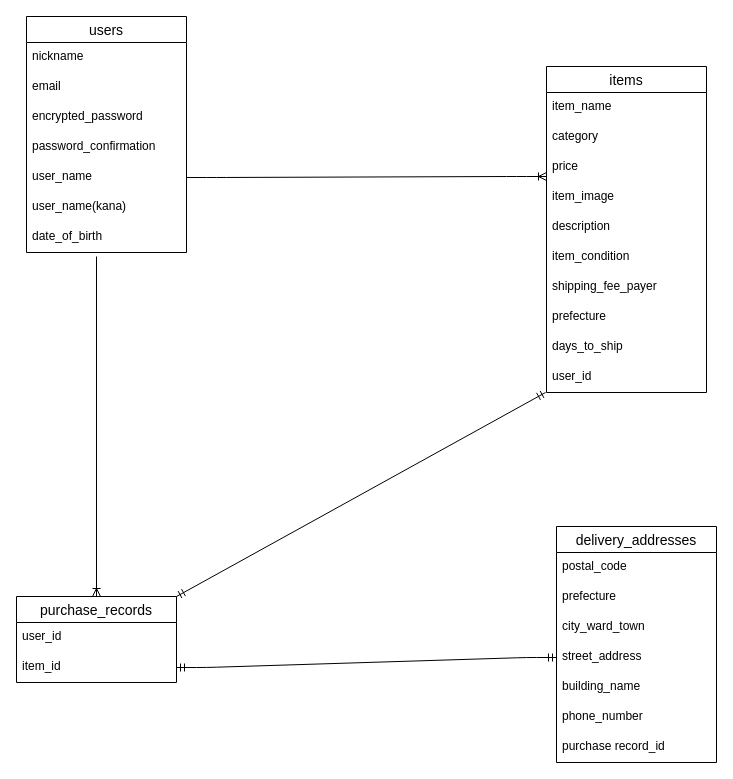
Before: furima.dio in 11517k/furima-40518, a draw.io diagram. Source tidied: cells renumbered, new cells numbered last; positions are measured from the earlier drawing's top-left corner, leaving out a move shared by most shapes. Both pictures are drawn from the tidied source at 100%, with x=0, y=0 at pixel (16, 16).
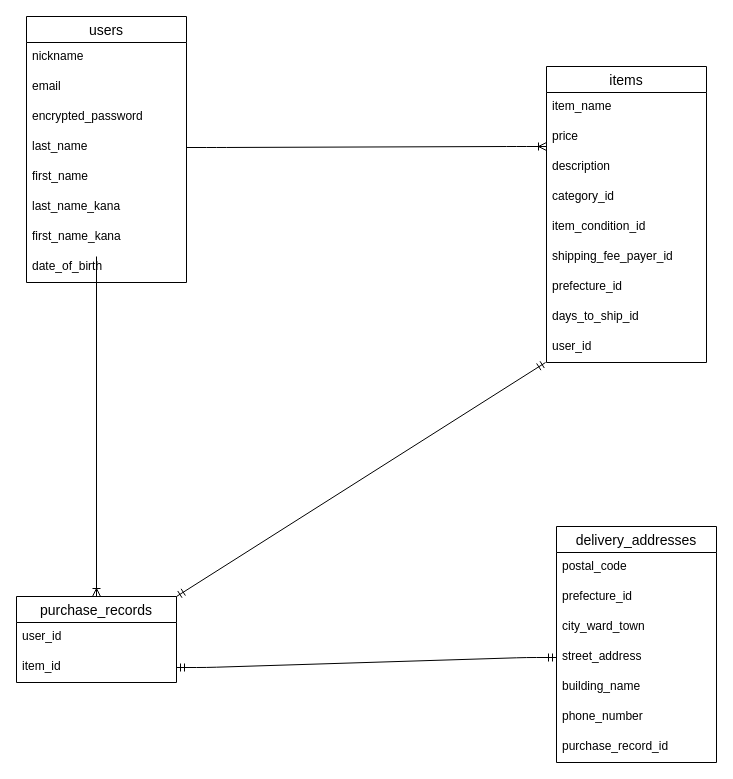
The same page after the edit.

Commit message (it also covers changes not shown here):
修正箇所の修正2

The change refers to these unchanged cells:
```xml
<mxCell id="21" value="delivery_addresses" style="swimlane;fontStyle=0;horizontal=1;startSize=26;align=center;fontSize=14;" parent="1" vertex="1">
  <mxGeometry x="540" y="510" width="160" height="236" as="geometry" />
</mxCell>
```

What changed in the source:
```diff
@@
     <mxCell id="2" value="users" style="swimlane;fontStyle=0;horizontal=1;startSize=26;align=center;fontSize=14;" parent="1" vertex="1">
-      <mxGeometry x="10" width="160" height="236" as="geometry" />
+      <mxGeometry x="10" width="160" height="266" as="geometry" />
     </mxCell>
@@
-    <mxCell id="6" value="password_confirmation" style="text;strokeColor=none;fillColor=none;spacingLeft=4;spacingRight=4;overflow=hidden;fontSize=12;" parent="2" vertex="1">
-      <mxGeometry y="116" width="160" height="30" as="geometry" />
-    </mxCell>
-    <mxCell id="7" value="user_name" style="text;strokeColor=none;fillColor=none;spacingLeft=4;spacingRight=4;overflow=hidden;points=[[0,0.5],[1,0.5]];portConstraint=eastwest;fontSize=12;" parent="2" vertex="1">
-      <mxGeometry y="146" width="160" height="30" as="geometry" />
+    <mxCell id="7" value="last_name" style="text;strokeColor=none;fillColor=none;spacingLeft=4;spacingRight=4;overflow=hidden;points=[[0,0.5],[1,0.5]];portConstraint=eastwest;fontSize=12;" parent="2" vertex="1">
+      <mxGeometry y="116" width="160" height="30" as="geometry" />
     </mxCell>
-    <mxCell id="8" value="user_name(kana)" style="text;strokeColor=none;fillColor=none;spacingLeft=4;spacingRight=4;overflow=hidden;fontSize=12;" parent="2" vertex="1">
-      <mxGeometry y="176" width="160" height="30" as="geometry" />
+    <mxCell id="8" value="first_name" style="text;strokeColor=none;fillColor=none;spacingLeft=4;spacingRight=4;overflow=hidden;fontSize=12;" parent="2" vertex="1">
+      <mxGeometry y="146" width="160" height="30" as="geometry" />
     </mxCell>
+    <mxCell id="36" value="last_name_kana" style="text;strokeColor=none;fillColor=none;spacingLeft=4;spacingRight=4;overflow=hidden;fontSize=12;" parent="2" vertex="1">
+      <mxGeometry y="176" width="160" height="30" as="geometry" />
+    </mxCell>
+    <mxCell id="37" value="first_name_kana" style="text;strokeColor=none;fillColor=none;spacingLeft=4;spacingRight=4;overflow=hidden;fontSize=12;" parent="2" vertex="1">
+      <mxGeometry y="206" width="160" height="30" as="geometry" />
+    </mxCell>
     <mxCell id="9" value="date_of_birth" style="text;strokeColor=none;fillColor=none;spacingLeft=4;spacingRight=4;overflow=hidden;fontSize=12;" parent="2" vertex="1">
-      <mxGeometry y="206" width="160" height="30" as="geometry" />
+      <mxGeometry y="236" width="160" height="30" as="geometry" />
     </mxCell>
     <mxCell id="10" value="items" style="swimlane;fontStyle=0;horizontal=1;startSize=26;align=center;fontSize=14;" parent="1" vertex="1">
-      <mxGeometry x="530" y="50" width="160" height="326" as="geometry" />
+      <mxGeometry x="530" y="50" width="160" height="296" as="geometry" />
     </mxCell>
@@
+    <mxCell id="13" value="price" style="text;strokeColor=none;fillColor=none;spacingLeft=4;spacingRight=4;overflow=hidden;points=[[0,0.5],[1,0.5]];portConstraint=eastwest;fontSize=12;" parent="10" vertex="1">
+      <mxGeometry y="56" width="160" height="30" as="geometry" />
+    </mxCell>
+    <mxCell id="15" value="description" style="text;strokeColor=none;fillColor=none;spacingLeft=4;spacingRight=4;overflow=hidden;fontSize=12;" parent="10" vertex="1">
+      <mxGeometry y="86" width="160" height="30" as="geometry" />
+    </mxCell>
-    <mxCell id="12" value="category" style="text;strokeColor=none;fillColor=none;spacingLeft=4;spacingRight=4;overflow=hidden;fontSize=12;" parent="10" vertex="1">
-      <mxGeometry y="56" width="160" height="30" as="geometry" />
+    <mxCell id="12" value="category_id" style="text;strokeColor=none;fillColor=none;spacingLeft=4;spacingRight=4;overflow=hidden;fontSize=12;" parent="10" vertex="1">
+      <mxGeometry y="116" width="160" height="30" as="geometry" />
     </mxCell>
-    <mxCell id="13" value="price" style="text;strokeColor=none;fillColor=none;spacingLeft=4;spacingRight=4;overflow=hidden;points=[[0,0.5],[1,0.5]];portConstraint=eastwest;fontSize=12;" parent="10" vertex="1">
-      <mxGeometry y="86" width="160" height="30" as="geometry" />
-    </mxCell>
-    <mxCell id="14" value="item_image" style="text;strokeColor=none;fillColor=none;spacingLeft=4;spacingRight=4;overflow=hidden;fontSize=12;" parent="10" vertex="1">
-      <mxGeometry y="116" width="160" height="30" as="geometry" />
-    </mxCell>
-    <mxCell id="15" value="description" style="text;strokeColor=none;fillColor=none;spacingLeft=4;spacingRight=4;overflow=hidden;fontSize=12;" parent="10" vertex="1">
-      <mxGeometry y="146" width="160" height="30" as="geometry" />
-    </mxCell>
-    <mxCell id="16" value="item_condition" style="text;strokeColor=none;fillColor=none;spacingLeft=4;spacingRight=4;overflow=hidden;fontSize=12;" parent="10" vertex="1">
-      <mxGeometry y="176" width="160" height="30" as="geometry" />
+    <mxCell id="16" value="item_condition_id" style="text;strokeColor=none;fillColor=none;spacingLeft=4;spacingRight=4;overflow=hidden;fontSize=12;" parent="10" vertex="1">
+      <mxGeometry y="146" width="160" height="30" as="geometry" />
     </mxCell>
-    <mxCell id="17" value="shipping_fee_payer" style="text;strokeColor=none;fillColor=none;spacingLeft=4;spacingRight=4;overflow=hidden;fontSize=12;" parent="10" vertex="1">
-      <mxGeometry y="206" width="160" height="30" as="geometry" />
+    <mxCell id="17" value="shipping_fee_payer_id" style="text;strokeColor=none;fillColor=none;spacingLeft=4;spacingRight=4;overflow=hidden;fontSize=12;" parent="10" vertex="1">
+      <mxGeometry y="176" width="160" height="30" as="geometry" />
     </mxCell>
-    <mxCell id="18" value="prefecture" style="text;strokeColor=none;fillColor=none;spacingLeft=4;spacingRight=4;overflow=hidden;fontSize=12;" parent="10" vertex="1">
-      <mxGeometry y="236" width="160" height="30" as="geometry" />
+    <mxCell id="18" value="prefecture_id" style="text;strokeColor=none;fillColor=none;spacingLeft=4;spacingRight=4;overflow=hidden;fontSize=12;" parent="10" vertex="1">
+      <mxGeometry y="206" width="160" height="30" as="geometry" />
     </mxCell>
-    <mxCell id="19" value="days_to_ship" style="text;strokeColor=none;fillColor=none;spacingLeft=4;spacingRight=4;overflow=hidden;fontSize=12;" parent="10" vertex="1">
-      <mxGeometry y="266" width="160" height="30" as="geometry" />
+    <mxCell id="19" value="days_to_ship_id" style="text;strokeColor=none;fillColor=none;spacingLeft=4;spacingRight=4;overflow=hidden;fontSize=12;" parent="10" vertex="1">
+      <mxGeometry y="236" width="160" height="30" as="geometry" />
     </mxCell>
     <mxCell id="20" value="user_id" style="text;strokeColor=none;fillColor=none;spacingLeft=4;spacingRight=4;overflow=hidden;points=[[0,0.5],[1,0.5]];portConstraint=eastwest;fontSize=12;" parent="10" vertex="1">
-      <mxGeometry y="296" width="160" height="30" as="geometry" />
+      <mxGeometry y="266" width="160" height="30" as="geometry" />
     </mxCell>
@@
-    <mxCell id="23" value="prefecture" style="text;strokeColor=none;fillColor=none;spacingLeft=4;spacingRight=4;overflow=hidden;fontSize=12;" parent="21" vertex="1">
+    <mxCell id="23" value="prefecture_id" style="text;strokeColor=none;fillColor=none;spacingLeft=4;spacingRight=4;overflow=hidden;fontSize=12;" parent="21" vertex="1">
       <mxGeometry y="56" width="160" height="30" as="geometry" />
     </mxCell>
@@
-    <mxCell id="28" value="purchase record_id" style="text;strokeColor=none;fillColor=none;spacingLeft=4;spacingRight=4;overflow=hidden;fontSize=12;" parent="21" vertex="1">
+    <mxCell id="28" value="purchase_record_id" style="text;strokeColor=none;fillColor=none;spacingLeft=4;spacingRight=4;overflow=hidden;fontSize=12;" parent="21" vertex="1">
       <mxGeometry y="206" width="160" height="30" as="geometry" />
     </mxCell>
```
